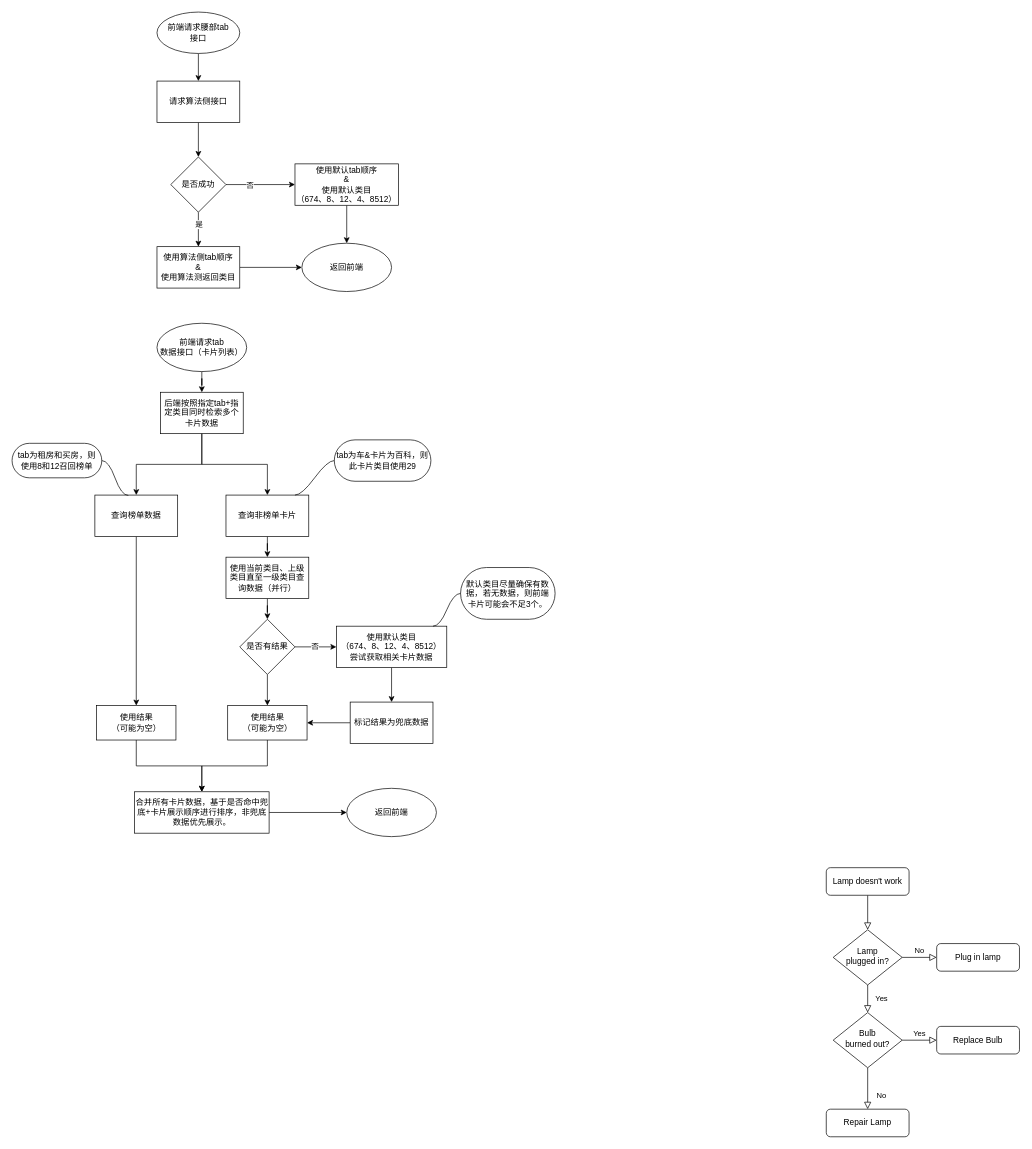
Above: 未命名绘图.drawio in 58social/tools (draw.io), before the change. Source tidied: cells renumbered, new cells numbered last; positions are measured from the earlier drawing's top-left corner, leaving out a move shared by most shapes. Both pictures are drawn from the tidied source at 69%, with x=0, y=0 at pixel (12, 12).
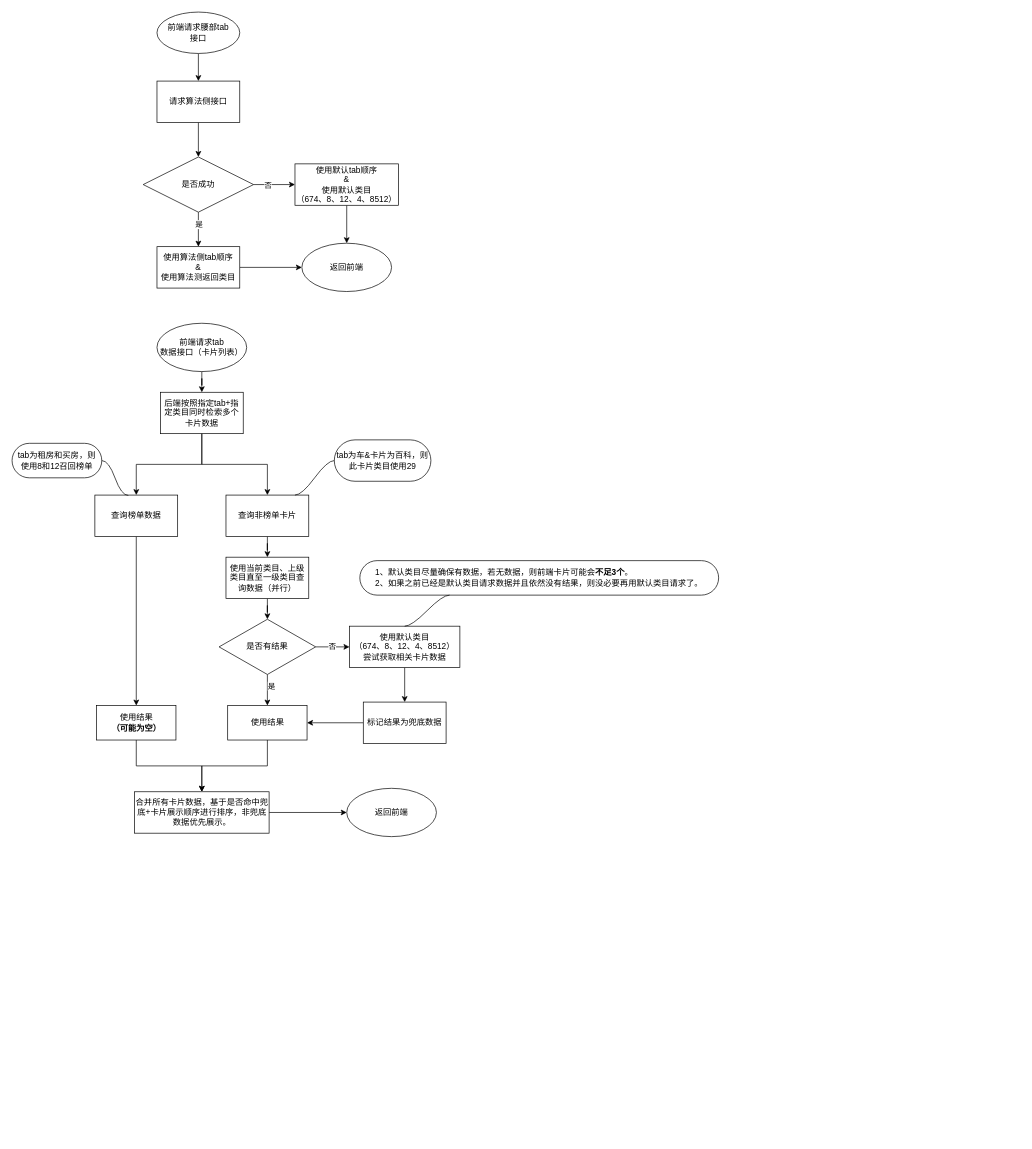
The same page after the edit.

Commit message (it also covers changes not shown here):
更新未命名绘图.drawio

The change refers to these unchanged cells:
```xml
<mxCell id="40" style="edgeStyle=orthogonalEdgeStyle;rounded=0;jettySize=auto;html=1;" parent="1" edge="1" source="41" target="49">
  <mxGeometry relative="1" as="geometry" />
</mxCell>
```

What changed in the source:
```diff
@@
-    <mxCell id="2" style="rounded=0;html=1;jettySize=auto;fontSize=11;endArrow=block;endFill=0;endSize=8;strokeWidth=1;shadow=0;labelBackgroundColor=none;edgeStyle=orthogonalEdgeStyle;" parent="1" edge="1" source="3" target="6">
-      <mxGeometry relative="1" as="geometry" />
-    </mxCell>
-    <mxCell id="3" value="Lamp doesn't work" style="rounded=1;whiteSpace=wrap;html=1;fontSize=12;glass=0;strokeWidth=1;shadow=0;" parent="1" vertex="1">
-      <mxGeometry x="1180" y="1240" width="120" height="40" as="geometry" />
-    </mxCell>
-    <mxCell id="4" value="Yes" style="rounded=0;html=1;jettySize=auto;fontSize=11;endArrow=block;endFill=0;endSize=8;strokeWidth=1;shadow=0;labelBackgroundColor=none;edgeStyle=orthogonalEdgeStyle;" parent="1" edge="1" source="6" target="10">
-      <mxGeometry y="20" relative="1" as="geometry" />
-    </mxCell>
-    <mxCell id="5" value="No" style="edgeStyle=orthogonalEdgeStyle;rounded=0;html=1;jettySize=auto;fontSize=11;endArrow=block;endFill=0;endSize=8;strokeWidth=1;shadow=0;labelBackgroundColor=none;" parent="1" edge="1" source="6" target="7">
-      <mxGeometry y="10" relative="1" as="geometry" />
-    </mxCell>
-    <mxCell id="6" value="Lamp&lt;br&gt;plugged in?" style="rhombus;whiteSpace=wrap;html=1;shadow=0;fontFamily=Helvetica;fontSize=12;align=center;strokeWidth=1;spacing=6;spacingTop=-4;" parent="1" vertex="1">
-      <mxGeometry x="1190" y="1330" width="100" height="80" as="geometry" />
-    </mxCell>
-    <mxCell id="7" value="Plug in lamp" style="rounded=1;whiteSpace=wrap;html=1;fontSize=12;glass=0;strokeWidth=1;shadow=0;" parent="1" vertex="1">
-      <mxGeometry x="1340" y="1350" width="120" height="40" as="geometry" />
-    </mxCell>
-    <mxCell id="8" value="No" style="rounded=0;html=1;jettySize=auto;fontSize=11;endArrow=block;endFill=0;endSize=8;strokeWidth=1;shadow=0;labelBackgroundColor=none;edgeStyle=orthogonalEdgeStyle;" parent="1" edge="1" source="10" target="11">
-      <mxGeometry x="0.33" y="20" relative="1" as="geometry" />
-    </mxCell>
-    <mxCell id="9" value="Yes" style="edgeStyle=orthogonalEdgeStyle;rounded=0;html=1;jettySize=auto;fontSize=11;endArrow=block;endFill=0;endSize=8;strokeWidth=1;shadow=0;labelBackgroundColor=none;" parent="1" edge="1" source="10" target="12">
-      <mxGeometry y="10" relative="1" as="geometry" />
-    </mxCell>
-    <mxCell id="10" value="Bulb&lt;br&gt;burned out?" style="rhombus;whiteSpace=wrap;html=1;shadow=0;fontFamily=Helvetica;fontSize=12;align=center;strokeWidth=1;spacing=6;spacingTop=-4;" parent="1" vertex="1">
-      <mxGeometry x="1190" y="1450" width="100" height="80" as="geometry" />
-    </mxCell>
-    <mxCell id="11" value="Repair Lamp" style="rounded=1;whiteSpace=wrap;html=1;fontSize=12;glass=0;strokeWidth=1;shadow=0;" parent="1" vertex="1">
-      <mxGeometry x="1180" y="1590" width="120" height="40" as="geometry" />
-    </mxCell>
-    <mxCell id="12" value="Replace Bulb" style="rounded=1;whiteSpace=wrap;html=1;fontSize=12;glass=0;strokeWidth=1;shadow=0;" parent="1" vertex="1">
-      <mxGeometry x="1340" y="1470" width="120" height="40" as="geometry" />
-    </mxCell>
@@
     <mxCell id="21" value="是否成功" style="rhombus;whiteSpace=wrap;html=1;rounded=0;" parent="1" vertex="1">
-      <mxGeometry x="230" y="210" width="80" height="80" as="geometry" />
+      <mxGeometry x="190" y="210" width="160" height="80" as="geometry" />
     </mxCell>
@@
+    <mxCell id="59" value="是" style="edgeLabel;html=1;align=center;verticalAlign=middle;" parent="40" vertex="1">
+      <mxGeometry x="-0.3" y="5" relative="1" as="geometry" />
+    </mxCell>
     <mxCell id="41" value="是否有结果" style="rhombus;whiteSpace=wrap;html=1;rounded=0;" parent="1" vertex="1">
-      <mxGeometry x="330" y="880" width="80" height="80" as="geometry" />
+      <mxGeometry x="300" y="880" width="140" height="80" as="geometry" />
     </mxCell>
@@
     <mxCell id="43" value="使用默认类目&lt;div&gt;（674、8、12、4、8512）&lt;div&gt;尝试获取相关卡片数据&lt;/div&gt;&lt;/div&gt;" style="whiteSpace=wrap;html=1;rounded=0;" parent="1" vertex="1">
-      <mxGeometry x="470" y="890" width="160" height="60" as="geometry" />
+      <mxGeometry x="489" y="890" width="160" height="60" as="geometry" />
     </mxCell>
@@
-    <mxCell id="49" value="使用结果&lt;div&gt;（可能为空）&lt;/div&gt;" style="whiteSpace=wrap;html=1;rounded=0;" parent="1" vertex="1">
+    <mxCell id="49" value="使用结果" style="whiteSpace=wrap;html=1;rounded=0;" parent="1" vertex="1">
       <mxGeometry x="312.5" y="1005" width="115" height="50" as="geometry" />
     </mxCell>
@@
     <mxCell id="51" value="标记结果为兜底数据" style="whiteSpace=wrap;html=1;rounded=0;" parent="1" vertex="1">
-      <mxGeometry x="490" y="1000" width="120" height="60" as="geometry" />
+      <mxGeometry x="509" y="1000" width="120" height="60" as="geometry" />
     </mxCell>
@@
-    <mxCell id="53" value="使用结果&lt;div&gt;（可能为空）&lt;/div&gt;" style="whiteSpace=wrap;html=1;rounded=0;" parent="1" vertex="1">
+    <mxCell id="53" value="使用结果&lt;div&gt;&lt;b&gt;（可能为空）&lt;/b&gt;&lt;/div&gt;" style="whiteSpace=wrap;html=1;rounded=0;" parent="1" vertex="1">
       <mxGeometry x="122.5" y="1005" width="115" height="50" as="geometry" />
     </mxCell>
@@
-    <mxCell id="57" value="默认类目尽量确保有数据，若无数据，则前端卡片可能会不足3个。" style="whiteSpace=wrap;html=1;rounded=1;arcSize=50;align=center;verticalAlign=middle;strokeWidth=1;spacing=4;newEdgeStyle={&quot;edgeStyle&quot;:&quot;entityRelationEdgeStyle&quot;,&quot;startArrow&quot;:&quot;none&quot;,&quot;endArrow&quot;:&quot;none&quot;,&quot;segment&quot;:10,&quot;curved&quot;:1,&quot;sourcePerimeterSpacing&quot;:0,&quot;targetPerimeterSpacing&quot;:0};" parent="1" vertex="1">
-      <mxGeometry x="650" y="805" width="137" height="75" as="geometry" />
+    <mxCell id="57" value="&lt;div style=&quot;text-align: left;&quot;&gt;&lt;span style=&quot;background-color: initial;&quot;&gt;1、默认类目尽量确保有数据，若无数据，则前端卡片可能会&lt;b&gt;不足3个&lt;/b&gt;。&lt;/span&gt;&lt;/div&gt;&lt;div style=&quot;text-align: left;&quot;&gt;&lt;span style=&quot;&quot;&gt;2、如果之前已经是默认类目请求数据并且依然没有结果，则没必要再用默认类目请求了。&lt;/span&gt;&lt;br&gt;&lt;/div&gt;" style="whiteSpace=wrap;html=1;rounded=1;arcSize=50;align=center;verticalAlign=middle;strokeWidth=1;spacing=4;newEdgeStyle={&quot;edgeStyle&quot;:&quot;entityRelationEdgeStyle&quot;,&quot;startArrow&quot;:&quot;none&quot;,&quot;endArrow&quot;:&quot;none&quot;,&quot;segment&quot;:10,&quot;curved&quot;:1,&quot;sourcePerimeterSpacing&quot;:0,&quot;targetPerimeterSpacing&quot;:0};" parent="1" vertex="1">
+      <mxGeometry x="504" y="795" width="520" height="50" as="geometry" />
     </mxCell>
-    <mxCell id="58" style="edgeStyle=entityRelationEdgeStyle;startArrow=none;endArrow=none;segment=10;curved=1;sourcePerimeterSpacing=0;targetPerimeterSpacing=0;rounded=0;" parent="1" edge="1" target="57">
-      <mxGeometry relative="1" as="geometry">
-        <mxPoint x="610" y="890" as="sourcePoint" />
-      </mxGeometry>
+    <mxCell id="58" style="edgeStyle=entityRelationEdgeStyle;startArrow=none;endArrow=none;segment=10;curved=1;sourcePerimeterSpacing=0;targetPerimeterSpacing=0;rounded=0;exitX=0.5;exitY=0;exitDx=0;exitDy=0;entryX=0.25;entryY=1;entryDx=0;entryDy=0;" parent="1" edge="1" source="43" target="57">
+      <mxGeometry relative="1" as="geometry" />
     </mxCell>
```
